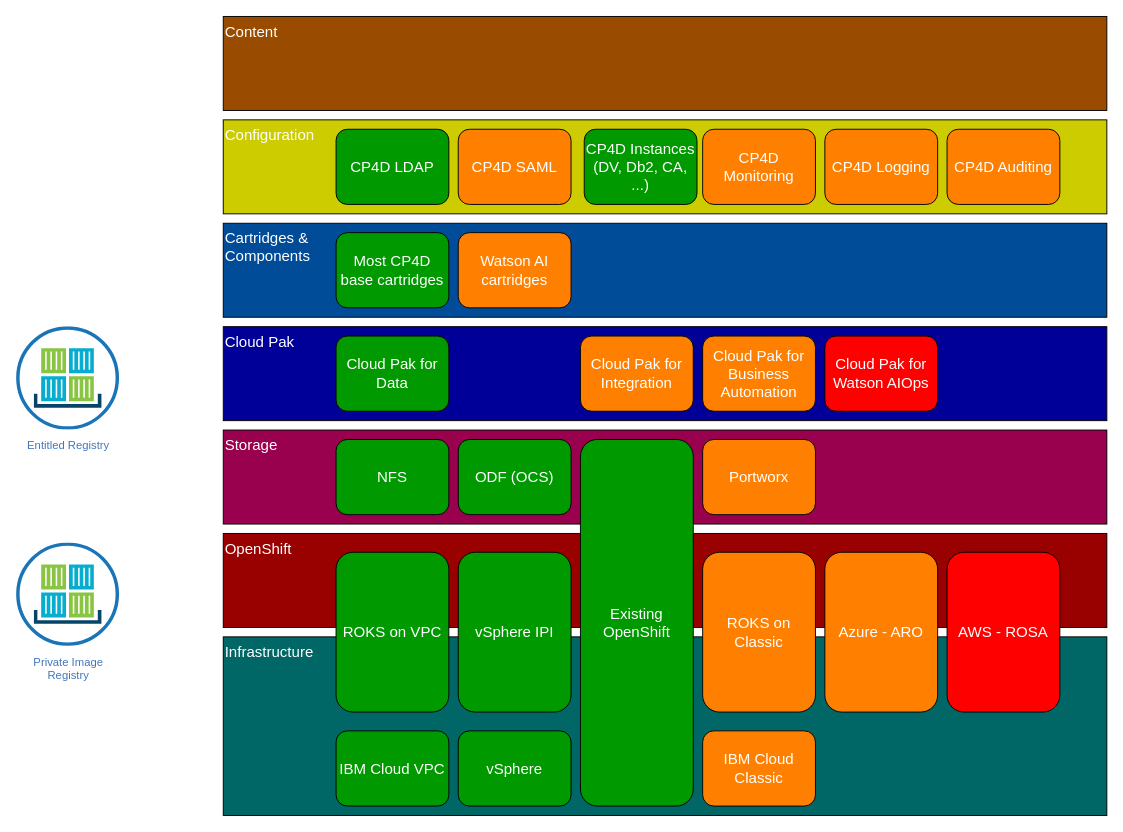
Before: doc/src/pages/cp-deploy/overview/cp-deploy-current-state.drawio in IBM/cloud-pak-deployer, a draw.io diagram. Source tidied: cells renumbered, new cells numbered last; positions are measured from the earlier drawing's top-left corner, leaving out a move shared by most shapes. Both pictures are drawn from the tidied source at 94%, with x=0, y=0 at pixel (16, 16).
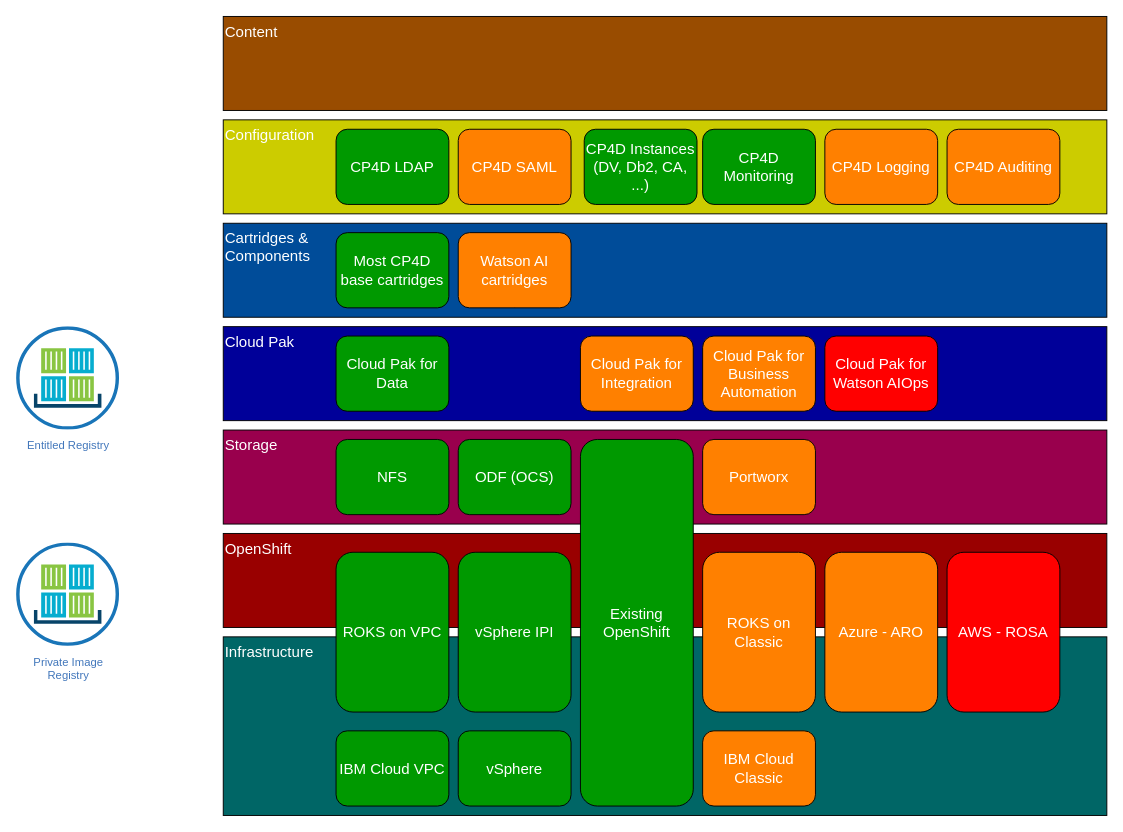
The same page after the edit.

Commit message (it also covers changes not shown here):
Make monitoring green

Diff of the diagram source:
```diff
@@
-    <mxCell id="39" value="CP4D Monitoring" style="rounded=1;whiteSpace=wrap;html=1;fontSize=16;fontColor=#FFFFFF;fillColor=#FF8000;align=center;verticalAlign=middle;" parent="35" vertex="1">
+    <mxCell id="39" value="CP4D Monitoring" style="rounded=1;whiteSpace=wrap;html=1;fontSize=16;fontColor=#FFFFFF;fillColor=#009900;align=center;verticalAlign=middle;" parent="35" vertex="1">
       <mxGeometry x="730" y="120" width="120" height="80" as="geometry" />
     </mxCell>
```
